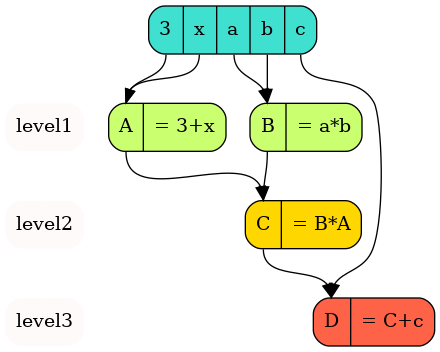
Earlier version of the Graphviz export graph.gv.png (Lianaburko/accelerator). Its source is kept beside it as graph.gv. Its diagram source:
```dot
digraph structs {
node [shape=record, style="rounded,filled"];
{
node[shape=plaintext, fillcolor=snow];
edge[color=white];
level1->level2->level3;
}
fun [label="<f0> 3|<f1> x|<f2> a|<f3> b|<f4> c", fillcolor=turquoise];
struct0 [label="<f0> A|<f1> = 3+x", fillcolor=darkolivegreen1];
struct1 [label="<f0> B|<f1> = a*b", fillcolor=darkolivegreen1];
{rank = same; level1;  struct0; struct1;}
struct2 [label="<f0> C|<f1> = B*A", fillcolor=gold];
{rank = same; level2;  struct2;}
struct3 [label="<f0> D|<f1> = C+c", fillcolor=tomato];
{rank = same; level3;  struct3;}
fun:f0->struct0:f0;
fun:f1->struct0:f0;
fun:f2->struct1:f0;
fun:f3->struct1:f0;
struct1:f0->struct2:f0;
struct0:f0->struct2:f0;
struct2:f0->struct3:f0;
fun:f4->struct3:f0;
}
```
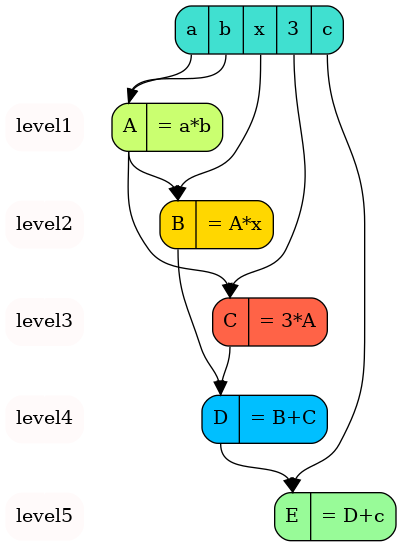
The same diagram one commit later.

Change to the diagram source:
```diff
@@ -3,22 +3,27 @@
 {
 node[shape=plaintext, fillcolor=snow];
 edge[color=white];
-level1->level2->level3;
+level1->level2->level3->level4->level5;
 }
-fun [label="<f0> 3|<f1> x|<f2> a|<f3> b|<f4> c", fillcolor=turquoise];
-struct0 [label="<f0> A|<f1> = 3+x", fillcolor=darkolivegreen1];
-struct1 [label="<f0> B|<f1> = a*b", fillcolor=darkolivegreen1];
-{rank = same; level1;  struct0; struct1;}
-struct2 [label="<f0> C|<f1> = B*A", fillcolor=gold];
-{rank = same; level2;  struct2;}
-struct3 [label="<f0> D|<f1> = C+c", fillcolor=tomato];
-{rank = same; level3;  struct3;}
+fun [label="<f0> a|<f1> b|<f2> x|<f3> 3|<f4> c", fillcolor=turquoise];
+struct0 [label="<f0> A|<f1> = a*b", fillcolor=darkolivegreen1];
+{rank = same; level1;  struct0;}
+struct1 [label="<f0> B|<f1> = A*x", fillcolor=gold];
+{rank = same; level2;  struct1;}
+struct2 [label="<f0> C|<f1> = 3*A", fillcolor=tomato];
+{rank = same; level3;  struct2;}
+struct3 [label="<f0> D|<f1> = B+C", fillcolor=deepskyblue];
+{rank = same; level4;  struct3;}
+struct4 [label="<f0> E|<f1> = D+c", fillcolor=palegreen];
+{rank = same; level5;  struct4;}
 fun:f0->struct0:f0;
 fun:f1->struct0:f0;
+struct0:f0->struct1:f0;
 fun:f2->struct1:f0;
-fun:f3->struct1:f0;
-struct1:f0->struct2:f0;
+fun:f3->struct2:f0;
 struct0:f0->struct2:f0;
+struct1:f0->struct3:f0;
 struct2:f0->struct3:f0;
-fun:f4->struct3:f0;
+struct3:f0->struct4:f0;
+fun:f4->struct4:f0;
 }
```
